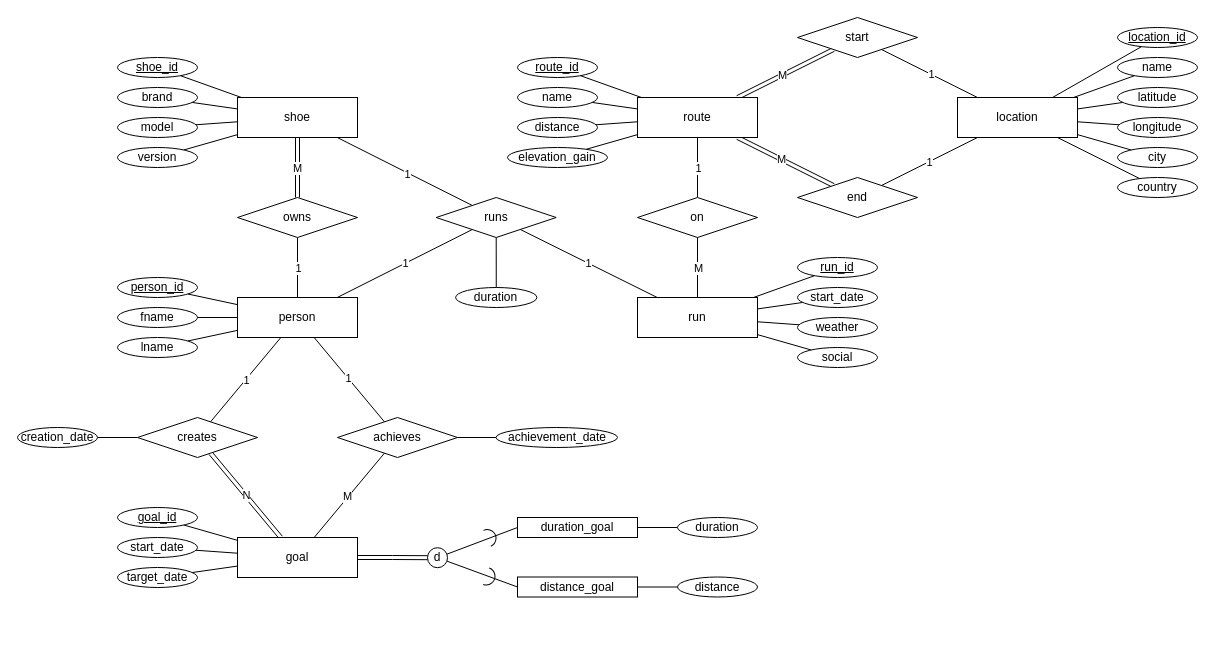
Above: conceptual-schema/ERD.drawio in wongd1532/MyRunLogger (draw.io), before the change. Source tidied: cells renumbered, new cells numbered last; positions are measured from the earlier drawing's top-left corner, leaving out a move shared by most shapes. Both pictures are drawn from the tidied source at 100%, with x=0, y=0 at pixel (17, 17).
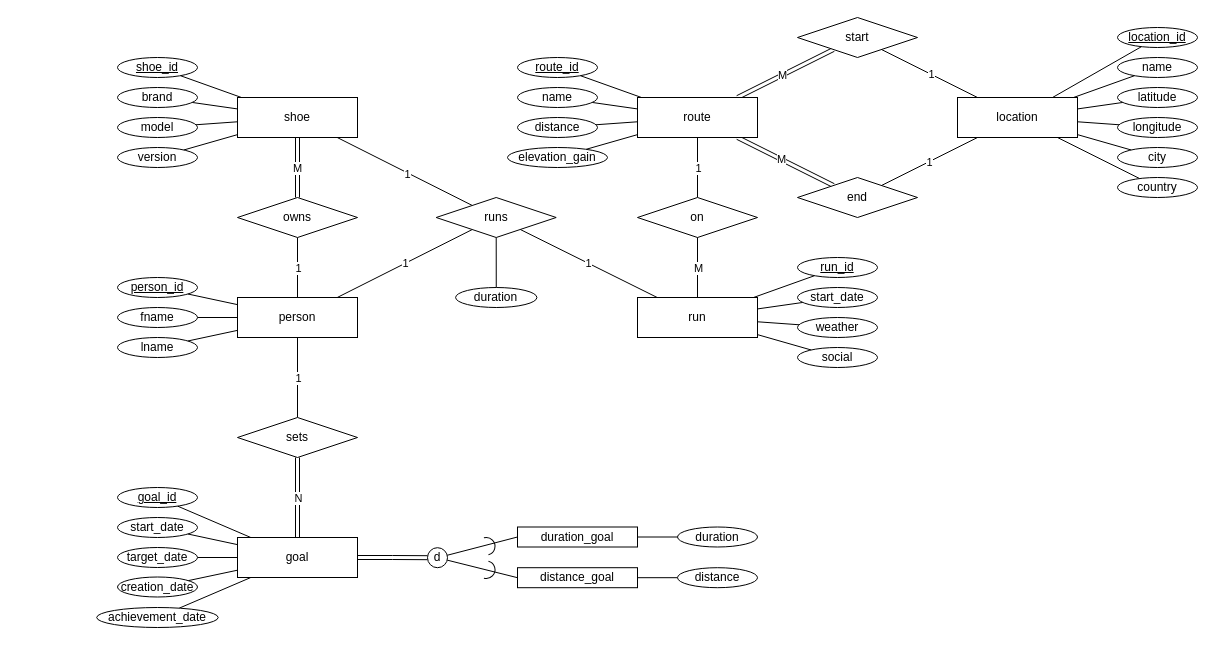
The same page after the edit.

Commit message (it also covers changes not shown here):
ERD and relational-data-model updates

The change refers to these unchanged cells:
```xml
<mxCell id="13" value="person" style="rounded=0;whiteSpace=wrap;html=1;" parent="1" vertex="1">
  <mxGeometry x="220" y="280" width="120" height="40" as="geometry" />
</mxCell>
<mxCell id="34" value="goal" style="rounded=0;whiteSpace=wrap;html=1;" parent="1" vertex="1">
  <mxGeometry x="220" y="520" width="120" height="40" as="geometry" />
</mxCell>
```

What changed in the source:
```diff
@@
-    <mxCell id="11" style="edgeStyle=none;shape=connector;rounded=0;jettySize=auto;html=1;strokeColor=default;align=center;verticalAlign=middle;fontFamily=Helvetica;fontSize=11;fontColor=default;labelBackgroundColor=default;endArrow=none;endFill=0;" parent="1" edge="1" source="13" target="102">
-      <mxGeometry relative="1" as="geometry" />
-    </mxCell>
-    <mxCell id="12" value="1" style="edgeLabel;html=1;align=center;verticalAlign=middle;fontFamily=Helvetica;fontSize=11;fontColor=default;labelBackgroundColor=default;" parent="11" vertex="1">
-      <mxGeometry x="-0.05" y="1" relative="1" as="geometry">
-        <mxPoint y="1" as="offset" />
-      </mxGeometry>
-    </mxCell>
@@
-    <mxCell id="26" style="edgeStyle=none;shape=connector;rounded=0;jettySize=auto;html=1;strokeColor=default;align=center;verticalAlign=middle;fontFamily=Helvetica;fontSize=11;fontColor=default;labelBackgroundColor=default;endArrow=none;endFill=0;" parent="1" edge="1" source="27" target="109">
+    <mxCell id="26" style="edgeStyle=none;shape=connector;rounded=0;jettySize=auto;html=1;strokeColor=default;align=center;verticalAlign=middle;fontFamily=Helvetica;fontSize=11;fontColor=default;labelBackgroundColor=default;endArrow=none;endFill=0;" parent="1" edge="1" source="34" target="109">
       <mxGeometry relative="1" as="geometry" />
     </mxCell>
-    <mxCell id="27" value="creates" style="rhombus;whiteSpace=wrap;html=1;" parent="1" vertex="1">
-      <mxGeometry x="120" y="400" width="120" height="40" as="geometry" />
+    <mxCell id="27" value="sets" style="rhombus;whiteSpace=wrap;html=1;" parent="1" vertex="1">
+      <mxGeometry x="220" y="400" width="120" height="40" as="geometry" />
     </mxCell>
@@
-    <mxCell id="30" style="edgeStyle=none;shape=connector;rounded=0;jettySize=auto;html=1;strokeColor=default;align=center;verticalAlign=middle;fontFamily=Helvetica;fontSize=11;fontColor=default;labelBackgroundColor=default;endArrow=none;endFill=0;" parent="1" edge="1" source="34" target="102">
-      <mxGeometry relative="1" as="geometry" />
-    </mxCell>
-    <mxCell id="31" value="M" style="edgeLabel;html=1;align=center;verticalAlign=middle;fontFamily=Helvetica;fontSize=11;fontColor=default;labelBackgroundColor=default;" parent="30" vertex="1">
-      <mxGeometry x="-0.04" y="1" relative="1" as="geometry" />
-    </mxCell>
@@
     <mxCell id="75" value="distance_goal" style="rounded=0;whiteSpace=wrap;html=1;" parent="1" vertex="1">
-      <mxGeometry x="500" y="559.5" width="120" height="20" as="geometry" />
+      <mxGeometry x="500" y="550.2" width="120" height="20" as="geometry" />
     </mxCell>
@@
     <mxCell id="77" value="duration_goal" style="rounded=0;whiteSpace=wrap;html=1;" parent="1" vertex="1">
-      <mxGeometry x="500" y="500" width="120" height="20" as="geometry" />
+      <mxGeometry x="500" y="509.5" width="120" height="20" as="geometry" />
     </mxCell>
-    <mxCell id="78" style="verticalLabelPosition=bottom;verticalAlign=top;html=1;shape=mxgraph.basic.arc;startAngle=0.37395978642577;endAngle=0.876053990837275;rotation=-115;" parent="1" vertex="1">
-      <mxGeometry x="460" y="550" width="17.5" height="17.5" as="geometry" />
+    <mxCell id="78" style="verticalLabelPosition=bottom;verticalAlign=top;html=1;shape=mxgraph.basic.arc;startAngle=0.37395978642577;endAngle=0.876053990837275;rotation=-120;" parent="1" vertex="1">
+      <mxGeometry x="460" y="543.5" width="17.5" height="17.5" as="geometry" />
     </mxCell>
-    <mxCell id="79" style="verticalLabelPosition=bottom;verticalAlign=top;html=1;shape=mxgraph.basic.arc;startAngle=0.37395978642577;endAngle=0.876053990837275;rotation=-160;" parent="1" vertex="1">
-      <mxGeometry x="461" y="512" width="17.5" height="17.5" as="geometry" />
+    <mxCell id="79" style="verticalLabelPosition=bottom;verticalAlign=top;html=1;shape=mxgraph.basic.arc;startAngle=0.37395978642577;endAngle=0.876053990837275;rotation=-150;" parent="1" vertex="1">
+      <mxGeometry x="460" y="520" width="17.5" height="17.5" as="geometry" />
     </mxCell>
@@
     <mxCell id="87" value="goal_id" style="ellipse;whiteSpace=wrap;html=1;fontStyle=4;" parent="1" vertex="1">
-      <mxGeometry x="100" y="490" width="80" height="20" as="geometry" />
+      <mxGeometry x="100" y="470" width="80" height="20" as="geometry" />
     </mxCell>
@@
     <mxCell id="99" value="start_date" style="ellipse;whiteSpace=wrap;html=1;" parent="1" vertex="1">
-      <mxGeometry x="100" y="520" width="80" height="20" as="geometry" />
+      <mxGeometry x="100" y="500" width="80" height="20" as="geometry" />
     </mxCell>
     <mxCell id="100" value="target_date" style="ellipse;whiteSpace=wrap;html=1;" parent="1" vertex="1">
-      <mxGeometry x="100" y="550" width="80" height="20" as="geometry" />
+      <mxGeometry x="100" y="530" width="80" height="20" as="geometry" />
     </mxCell>
-    <mxCell id="101" style="edgeStyle=none;shape=connector;rounded=0;jettySize=auto;html=1;strokeColor=default;align=center;verticalAlign=middle;fontFamily=Helvetica;fontSize=11;fontColor=default;labelBackgroundColor=default;endArrow=none;endFill=0;" parent="1" edge="1" source="102" target="110">
+    <mxCell id="101" style="edgeStyle=none;shape=connector;rounded=0;jettySize=auto;html=1;strokeColor=default;align=center;verticalAlign=middle;fontFamily=Helvetica;fontSize=11;fontColor=default;labelBackgroundColor=default;endArrow=none;endFill=0;" parent="1" edge="1" source="34" target="110">
       <mxGeometry relative="1" as="geometry" />
     </mxCell>
-    <mxCell id="102" value="achieves" style="rhombus;whiteSpace=wrap;html=1;" parent="1" vertex="1">
-      <mxGeometry x="320" y="400" width="120" height="40" as="geometry" />
-    </mxCell>
@@
     <mxCell id="107" value="duration" style="ellipse;whiteSpace=wrap;html=1;" parent="1" vertex="1">
-      <mxGeometry x="660" y="500" width="80" height="20" as="geometry" />
+      <mxGeometry x="660" y="509.5" width="80" height="20" as="geometry" />
     </mxCell>
     <mxCell id="108" value="distance" style="ellipse;whiteSpace=wrap;html=1;" parent="1" vertex="1">
-      <mxGeometry x="660" y="559.5" width="80" height="20" as="geometry" />
+      <mxGeometry x="660" y="550.2" width="80" height="20" as="geometry" />
     </mxCell>
     <mxCell id="109" value="creation_date" style="ellipse;whiteSpace=wrap;html=1;" parent="1" vertex="1">
-      <mxGeometry y="410" width="80" height="20" as="geometry" />
+      <mxGeometry x="100" y="559.5" width="80" height="20" as="geometry" />
     </mxCell>
     <mxCell id="110" value="achievement_date" style="ellipse;whiteSpace=wrap;html=1;" parent="1" vertex="1">
-      <mxGeometry x="478.5" y="410" width="121.5" height="20" as="geometry" />
+      <mxGeometry x="79.2" y="590" width="121.5" height="20" as="geometry" />
     </mxCell>
```
